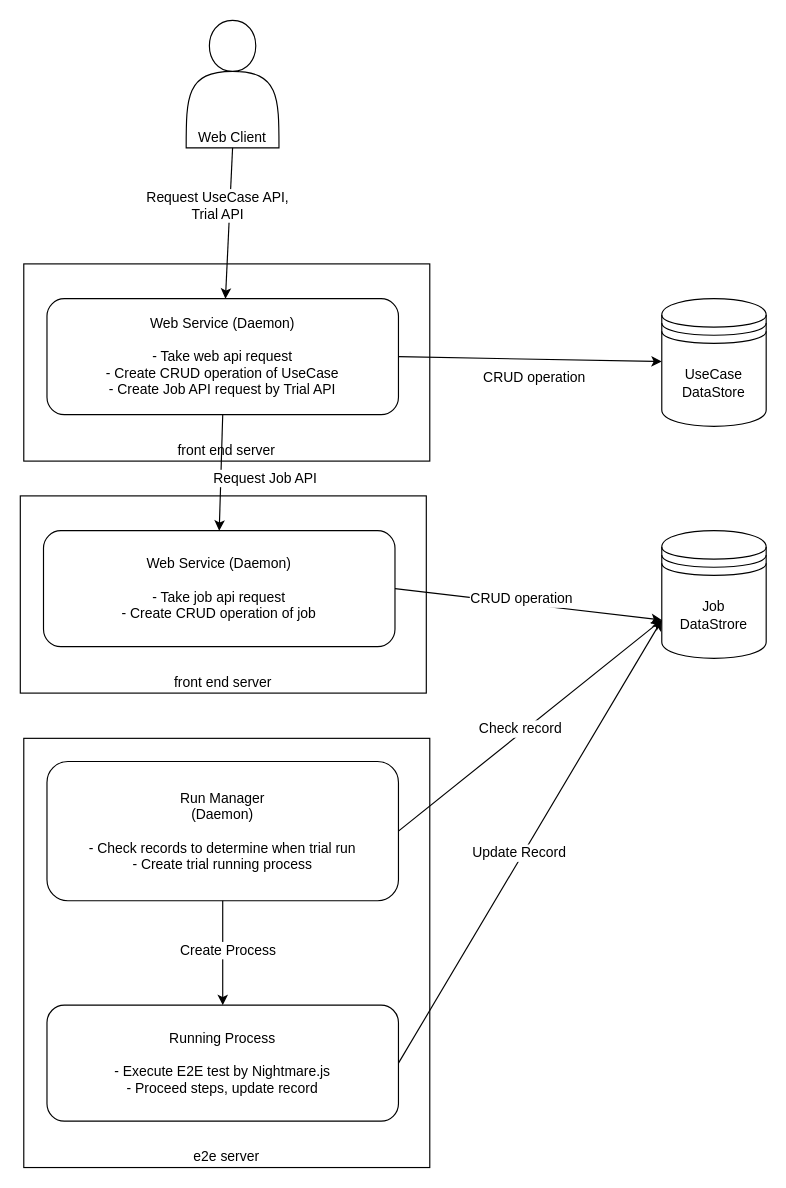
Before: draw/components.drawio.xml in urahiroshi/e2e-server, a draw.io diagram. Source tidied: cells renumbered, new cells numbered last; positions are measured from the earlier drawing's top-left corner, leaving out a move shared by most shapes. Both pictures are drawn from the tidied source at 116%, with x=0, y=0 at pixel (20, 20).
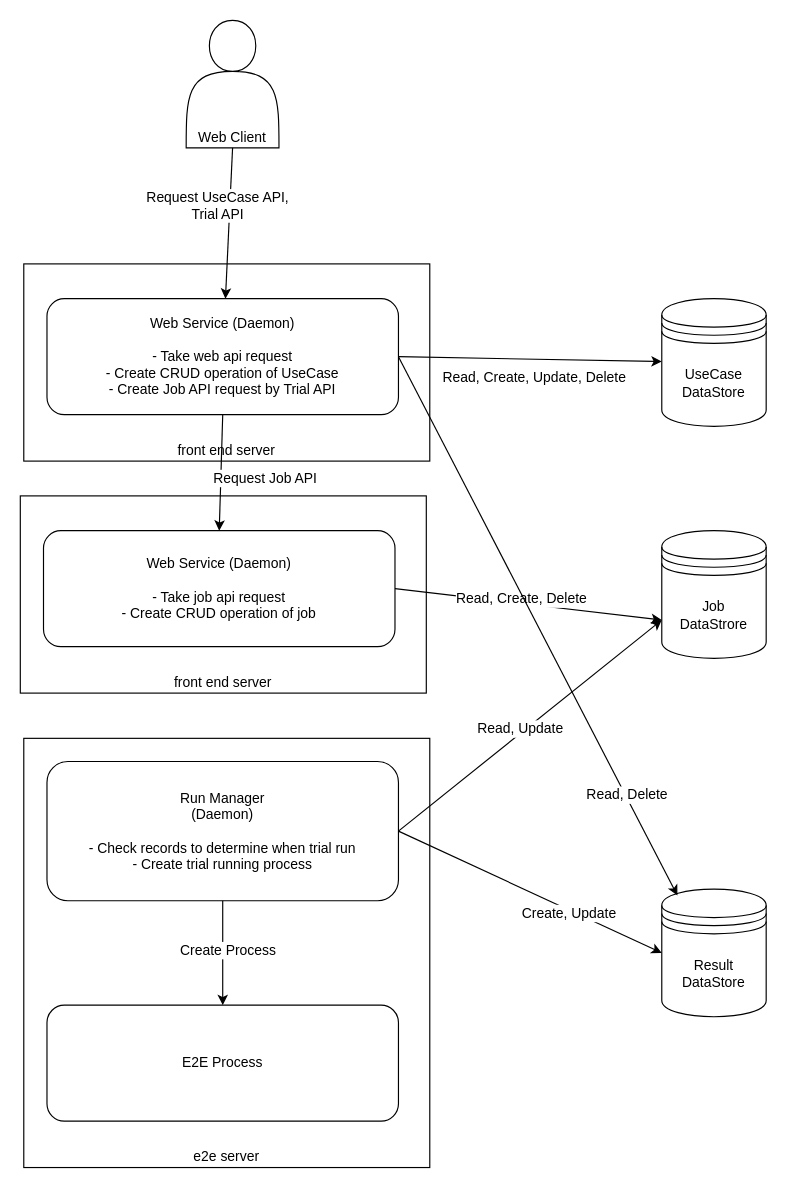
The same page after the edit.

Commit message (it also covers changes not shown here):
Add rough gui image

The change refers to these unchanged cells:
```xml
<mxCell id="4" value="&lt;div&gt;Web Service&lt;span style=&quot;line-height: 1.2&quot;&gt;&amp;nbsp;(Daemon)&lt;/span&gt;&lt;/div&gt;&lt;div&gt;&lt;br&gt;&lt;/div&gt;&lt;div&gt;- Take web api request&lt;/div&gt;&lt;div&gt;- Create CRUD operation of UseCase&lt;/div&gt;&lt;div&gt;- Create Job API request by Trial API&lt;/div&gt;" style="rounded=1;whiteSpace=wrap;html=1;" parent="1" vertex="1">
  <mxGeometry x="23" y="240" width="303" height="100" as="geometry" />
</mxCell>
<mxCell id="6" value="Run Manager&lt;div&gt;(Daemon)&lt;/div&gt;&lt;div&gt;&lt;br&gt;&lt;/div&gt;&lt;div&gt;&lt;span style=&quot;line-height: 1.2&quot;&gt;- Check records to determine when trial run&lt;/span&gt;&lt;br&gt;&lt;/div&gt;&lt;div&gt;- Create trial running process&lt;/div&gt;" style="rounded=1;whiteSpace=wrap;html=1;" parent="1" vertex="1">
  <mxGeometry x="23" y="639" width="303" height="120" as="geometry" />
</mxCell>
<mxCell id="10" value="&lt;div&gt;Job&lt;/div&gt;DataStrore" style="shape=datastore;whiteSpace=wrap;html=1;" parent="1" vertex="1">
  <mxGeometry x="553" y="440" width="90" height="110" as="geometry" />
</mxCell>
<mxCell id="11" style="endArrow=classic;html=1;exitX=1;exitY=0.5;" parent="1" edge="1" source="4" target="21">
  <mxGeometry relative="1" as="geometry" />
</mxCell>
<mxCell id="15" style="endArrow=classic;html=1;entryX=0;entryY=0.7;exitX=1;exitY=0.5;" parent="1" edge="1" source="6" target="10">
  <mxGeometry x="302" y="480" as="geometry" />
</mxCell>
<mxCell id="24" style="endArrow=classic;html=1;entryX=0;entryY=0.7;exitX=1;exitY=0.5;" parent="1" edge="1" source="20" target="10">
  <mxGeometry x="312" y="490" as="geometry" />
</mxCell>
```

What changed in the source:
```diff
@@
-    <mxCell id="7" value="Running Process&lt;div&gt;&lt;br&gt;&lt;/div&gt;&lt;div&gt;- Execute E2E test by Nightmare.js&lt;/div&gt;&lt;div&gt;- Proceed steps, update record&lt;/div&gt;" style="rounded=1;whiteSpace=wrap;html=1;" parent="1" vertex="1">
+    <mxCell id="7" value="E2E Process" style="rounded=1;whiteSpace=wrap;html=1;" parent="1" vertex="1">
       <mxGeometry x="23" y="849" width="303" height="100" as="geometry" />
     </mxCell>
@@
-    <mxCell id="12" value="CRUD operation" style="text;html=1;align=center;verticalAlign=middle;labelBackgroundColor=#ffffff;" parent="11" vertex="1">
+    <mxCell id="12" value="Read, Create, Update, Delete" style="text;html=1;align=center;verticalAlign=middle;labelBackgroundColor=#ffffff;" parent="11" vertex="1">
       <mxGeometry x="-0.29" y="2" relative="1" as="geometry">
         <mxPoint x="35" y="18" as="offset" />
       </mxGeometry>
     </mxCell>
@@
-    <mxCell id="16" value="Check record" style="text;html=1;align=center;verticalAlign=middle;labelBackgroundColor=#ffffff;" parent="15" vertex="1">
+    <mxCell id="16" value="Read, Update" style="text;html=1;align=center;verticalAlign=middle;labelBackgroundColor=#ffffff;" parent="15" vertex="1">
       <mxGeometry x="-0.06" y="4" relative="1" as="geometry" />
     </mxCell>
-    <mxCell id="17" style="endArrow=classic;html=1;entryX=0;entryY=0.7;exitX=1;exitY=0.5;" parent="1" edge="1" source="7" target="10">
-      <mxGeometry x="312" y="490" as="geometry" />
-    </mxCell>
-    <mxCell id="18" value="Update Record" style="text;html=1;align=center;verticalAlign=middle;labelBackgroundColor=#ffffff;" parent="17" vertex="1">
-      <mxGeometry x="-0.06" y="4" relative="1" as="geometry" />
-    </mxCell>
@@
-    <mxCell id="25" value="CRUD operation" style="text;html=1;align=center;verticalAlign=middle;labelBackgroundColor=#ffffff;" parent="24" vertex="1">
+    <mxCell id="25" value="Read, Create, Delete" style="text;html=1;align=center;verticalAlign=middle;labelBackgroundColor=#ffffff;" parent="24" vertex="1">
       <mxGeometry x="-0.06" y="4" relative="1" as="geometry" />
     </mxCell>
+    <mxCell id="26" value="Result&lt;div&gt;DataStore&lt;/div&gt;" style="shape=datastore;whiteSpace=wrap;html=1;" parent="1" vertex="1">
+      <mxGeometry x="553" y="749" width="90" height="110" as="geometry" />
+    </mxCell>
+    <mxCell id="27" style="endArrow=classic;html=1;entryX=0;entryY=0.5;exitX=1;exitY=0.5;" parent="1" edge="1" source="6" target="26">
+      <mxGeometry x="312" y="490" as="geometry" />
+    </mxCell>
+    <mxCell id="28" value="Create, Update" style="text;html=1;align=center;verticalAlign=middle;labelBackgroundColor=#ffffff;" parent="27" vertex="1">
+      <mxGeometry x="-0.06" y="4" relative="1" as="geometry">
+        <mxPoint x="38" y="25" as="offset" />
+      </mxGeometry>
+    </mxCell>
+    <mxCell id="29" style="endArrow=classic;html=1;exitX=1;exitY=0.5;entryX=0.15;entryY=0.05;entryPerimeter=0;" parent="1" edge="1" source="4" target="26">
+      <mxGeometry x="453" y="310" as="geometry" />
+    </mxCell>
+    <mxCell id="30" value="Read, Delete" style="text;html=1;align=center;verticalAlign=middle;labelBackgroundColor=#ffffff;" parent="29" vertex="1">
+      <mxGeometry relative="1" as="geometry">
+        <mxPoint x="76" y="145" as="offset" />
+      </mxGeometry>
+    </mxCell>
```
